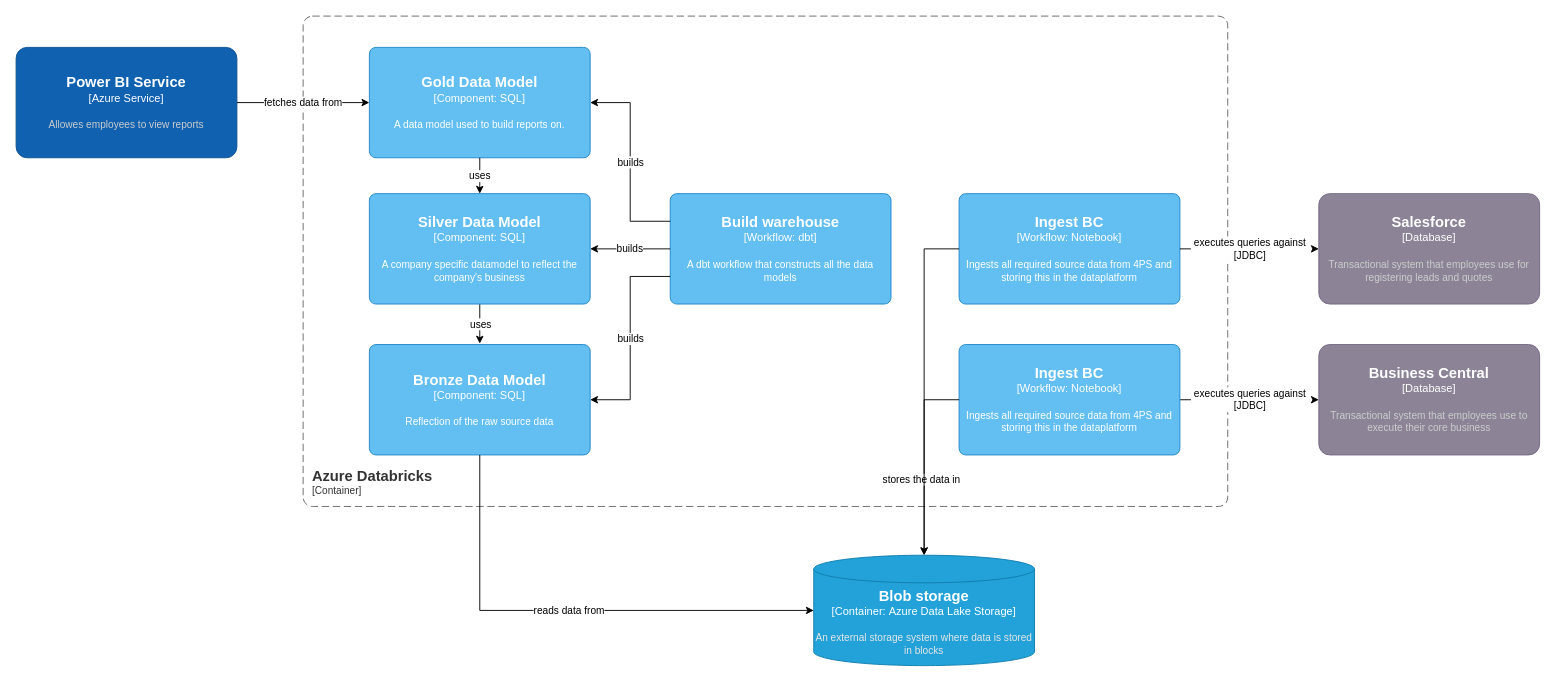
Earlier version of the draw.io diagram page "1.1.1 Azure Databricks" (3 of 4) of Dataplatform Model.drawio (ferdyh/c4). Source tidied: cells renumbered, new cells numbered last; positions are measured from the earlier drawing's top-left corner, leaving out a move shared by most shapes. Both pictures are drawn from the tidied source at 92%, with x=0, y=0 at pixel (16, 16).
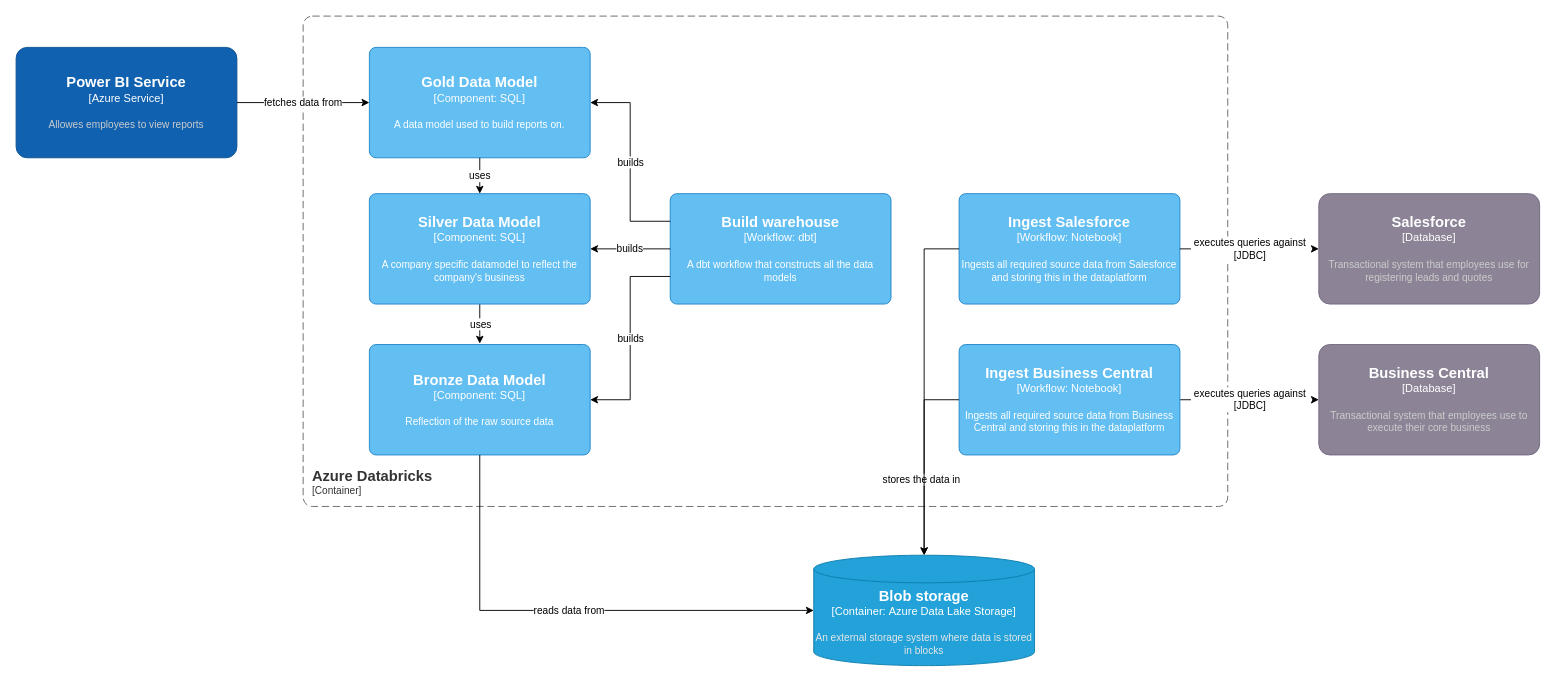
The same diagram, later.

Change to the diagram source:
```diff
@@
-    <object id="4" label="&lt;font style=&quot;font-size: 16px&quot;&gt;&lt;b&gt;%c4Name%&lt;/b&gt;&lt;/font&gt;&lt;div&gt;[%c4Type%: %c4Technology%]&lt;/div&gt;&lt;br&gt;&lt;div&gt;&lt;font style=&quot;font-size: 11px&quot;&gt;%c4Description%&lt;/font&gt;&lt;/div&gt;" c4Description="Ingests all required source data from 4PS and storing this in the dataplatform" c4Name="Ingest BC" c4Technology="Notebook" c4Type="Workflow" placeholders="1">
+    <object id="4" label="&lt;font style=&quot;font-size: 16px&quot;&gt;&lt;b&gt;%c4Name%&lt;/b&gt;&lt;/font&gt;&lt;div&gt;[%c4Type%: %c4Technology%]&lt;/div&gt;&lt;br&gt;&lt;div&gt;&lt;font style=&quot;font-size: 11px&quot;&gt;%c4Description%&lt;/font&gt;&lt;/div&gt;" c4Description="Ingests all required source data from Business Central and storing this in the dataplatform" c4Name="Ingest Business Central" c4Technology="Notebook" c4Type="Workflow" placeholders="1">
       <mxCell style="rounded=1;whiteSpace=wrap;html=1;labelBackgroundColor=none;fillColor=#63BEF2;fontColor=#ffffff;align=center;arcSize=6;strokeColor=#2086C9;points=[[0.25,0,0],[0.5,0,0],[0.75,0,0],[1,0.25,0],[1,0.5,0],[1,0.75,0],[0.75,1,0],[0.5,1,0],[0.25,1,0],[0,0.75,0],[0,0.5,0],[0,0.25,0]];" parent="1" vertex="1">
         <mxGeometry x="1025" y="357" width="240" height="120" as="geometry" />
       </mxCell>
     </object>
@@
-    <object id="21" label="&lt;font style=&quot;font-size: 16px&quot;&gt;&lt;b&gt;%c4Name%&lt;/b&gt;&lt;/font&gt;&lt;div&gt;[%c4Type%: %c4Technology%]&lt;/div&gt;&lt;br&gt;&lt;div&gt;&lt;font style=&quot;font-size: 11px&quot;&gt;%c4Description%&lt;/font&gt;&lt;/div&gt;" c4Description="Ingests all required source data from 4PS and storing this in the dataplatform" c4Name="Ingest BC" c4Technology="Notebook" c4Type="Workflow" placeholders="1">
+    <object id="21" label="&lt;font style=&quot;font-size: 16px&quot;&gt;&lt;b&gt;%c4Name%&lt;/b&gt;&lt;/font&gt;&lt;div&gt;[%c4Type%: %c4Technology%]&lt;/div&gt;&lt;br&gt;&lt;div&gt;&lt;font style=&quot;font-size: 11px&quot;&gt;%c4Description%&lt;/font&gt;&lt;/div&gt;" c4Description="Ingests all required source data from Salesforce and storing this in the dataplatform" c4Name="Ingest Salesforce" c4Technology="Notebook" c4Type="Workflow" placeholders="1">
       <mxCell style="rounded=1;whiteSpace=wrap;html=1;labelBackgroundColor=none;fillColor=#63BEF2;fontColor=#ffffff;align=center;arcSize=6;strokeColor=#2086C9;points=[[0.25,0,0],[0.5,0,0],[0.75,0,0],[1,0.25,0],[1,0.5,0],[1,0.75,0],[0.75,1,0],[0.5,1,0],[0.25,1,0],[0,0.75,0],[0,0.5,0],[0,0.25,0]];" parent="1" vertex="1">
         <mxGeometry x="1025" y="193" width="240" height="120" as="geometry" />
       </mxCell>
     </object>
```
